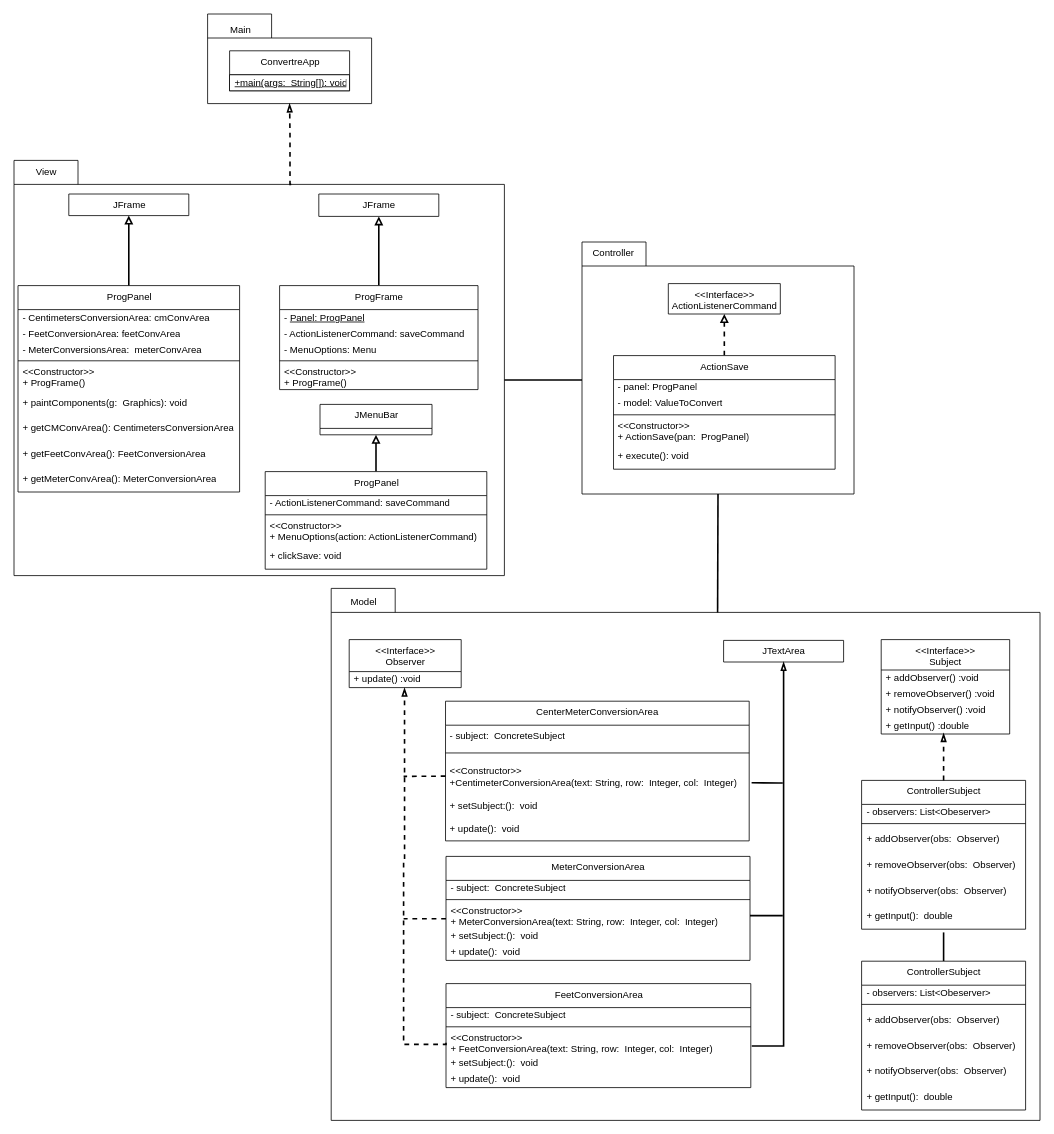
The draw.io diagram ConverterProject.drawio in orionnelson/lab6, before the edit. Source tidied: cells renumbered, new cells numbered last; positions are measured from the earlier drawing's top-left corner, leaving out a move shared by most shapes. Both pictures are drawn from the tidied source at 80%, with x=0, y=0 at pixel (14, 14).
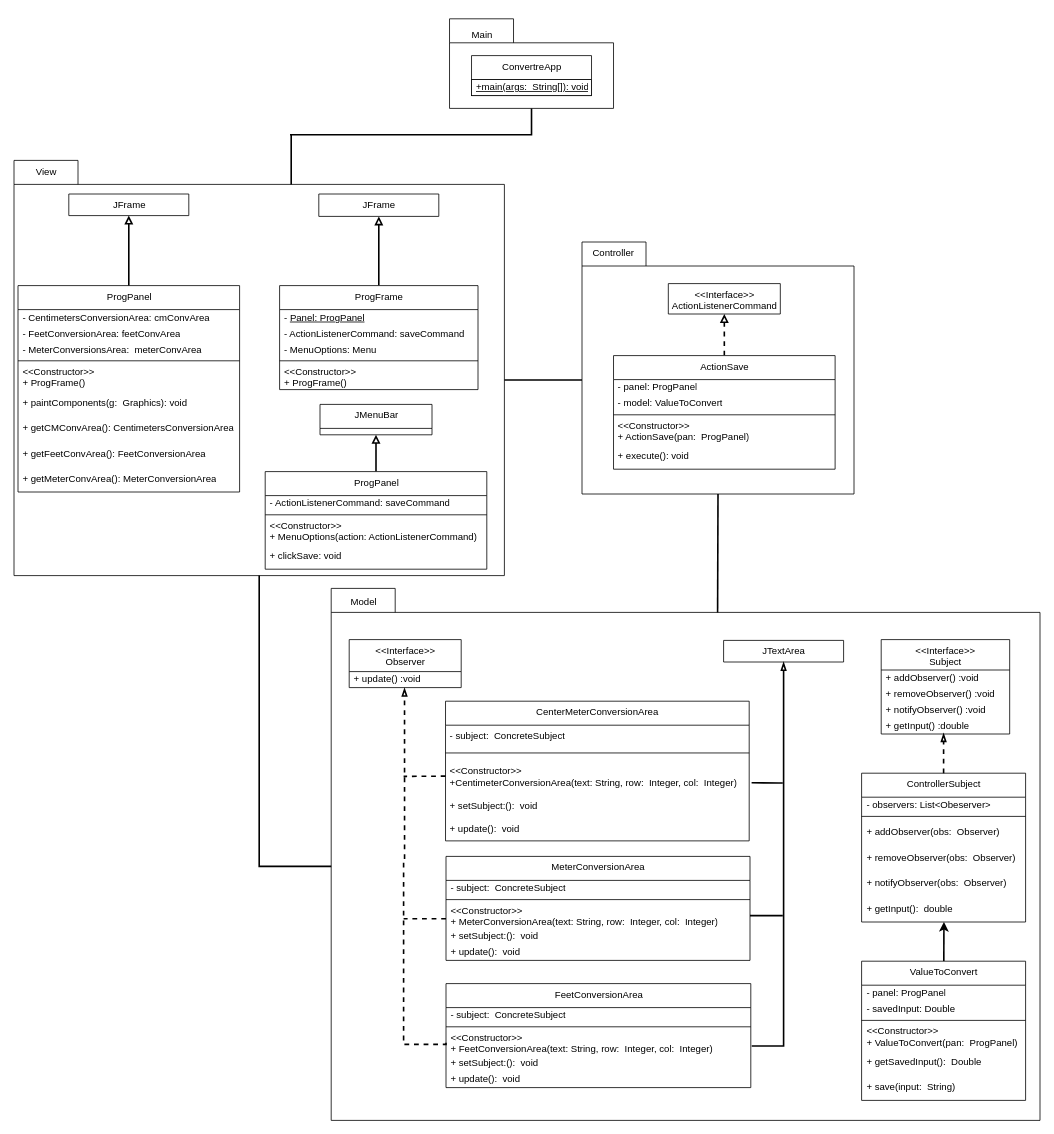
The same page after the edit.

The change refers to these unchanged cells:
```xml
<mxCell id="2" style="group;" parent="1" vertex="1">
  <mxGeometry x="396.5" y="718" width="886" height="665" as="geometry" />
</mxCell>
<mxCell id="3" style="shape=folder;fontStyle=1;tabWidth=80;tabHeight=30;tabPosition=left;html=1;boundedLbl=1;labelBackgroundColor=default;fontColor=default;strokeColor=default;fillColor=default;" parent="2" vertex="1">
  <mxGeometry width="886" height="665" as="geometry" />
</mxCell>
<mxCell id="11" value="+ getInput():&amp;nbsp; double" style="text;html=1;strokeColor=none;fillColor=none;align=left;verticalAlign=middle;spacingLeft=4;spacingRight=4;overflow=hidden;points=[[0,0.5],[1,0.5]];portConstraint=eastwest;fontColor=default;labelBackgroundColor=default;" parent="5" vertex="1">
  <mxGeometry y="154" width="205" height="32" as="geometry" />
</mxCell>
<mxCell id="24" style="shape=folder;fontStyle=1;tabWidth=80;tabHeight=30;tabPosition=left;html=1;boundedLbl=1;labelBackgroundColor=default;fontColor=default;strokeColor=default;fillColor=default;" parent="23" vertex="1">
  <mxGeometry width="613" height="519" as="geometry" />
</mxCell>
```

The edit, as a diff of the source:
```diff
@@
     <mxCell id="5" value="ControllerSubject" style="swimlane;fontStyle=0;align=center;verticalAlign=top;horizontal=1;startSize=30;html=1;fillColor=default;strokeColor=default;fontColor=default;labelBackgroundColor=default;" parent="2" vertex="1">
-      <mxGeometry x="663" y="240" width="205" height="186" as="geometry" />
+      <mxGeometry x="663" y="231" width="205" height="186" as="geometry" />
     </mxCell>
@@
-    <mxCell id="12" style="edgeStyle=none;rounded=0;jettySize=auto;html=1;fontFamily=Times New Roman;endArrow=none;endFill=0;strokeWidth=2;" parent="2" edge="1" source="13">
-      <mxGeometry relative="1" as="geometry">
-        <mxPoint x="765.5" y="430" as="targetPoint" />
-      </mxGeometry>
+    <mxCell id="12" style="edgeStyle=none;rounded=0;jettySize=auto;html=1;fontFamily=Times New Roman;endArrow=classic;endFill=1;strokeWidth=2;entryX=0.502;entryY=0.996;entryDx=0;entryDy=0;entryPerimeter=0;" parent="2" edge="1" source="13" target="11">
+      <mxGeometry relative="1" as="geometry" />
     </mxCell>
-    <mxCell id="13" value="ControllerSubject" style="swimlane;fontStyle=0;align=center;verticalAlign=top;horizontal=1;startSize=30;html=1;fillColor=default;strokeColor=default;fontColor=default;labelBackgroundColor=default;" parent="2" vertex="1">
-      <mxGeometry x="663" y="466" width="205" height="186" as="geometry" />
+    <mxCell id="13" value="ValueToConvert" style="swimlane;fontStyle=0;align=center;verticalAlign=top;horizontal=1;startSize=30;html=1;fillColor=default;strokeColor=default;fontColor=default;labelBackgroundColor=default;" parent="2" vertex="1">
+      <mxGeometry x="663" y="466" width="205" height="174" as="geometry" />
     </mxCell>
-    <mxCell id="14" value="- observers: List&amp;lt;Obeserver&amp;gt;" style="text;html=1;strokeColor=none;fillColor=none;align=left;verticalAlign=middle;spacingLeft=4;spacingRight=4;overflow=hidden;fontColor=default;labelBackgroundColor=default;" parent="13" vertex="1">
+    <mxCell id="14" value="- panel: ProgPanel" style="text;html=1;strokeColor=none;fillColor=none;align=left;verticalAlign=middle;spacingLeft=4;spacingRight=4;overflow=hidden;fontColor=default;labelBackgroundColor=default;" parent="13" vertex="1">
       <mxGeometry y="30" width="205" height="20" as="geometry" />
     </mxCell>
+    <mxCell id="103" value="- savedInput: Double" style="text;html=1;strokeColor=none;fillColor=none;align=left;verticalAlign=middle;spacingLeft=4;spacingRight=4;overflow=hidden;fontColor=default;labelBackgroundColor=default;" parent="13" vertex="1">
+      <mxGeometry y="50" width="205" height="20" as="geometry" />
+    </mxCell>
     <mxCell id="15" style="line;strokeWidth=1;fillColor=none;align=left;verticalAlign=middle;spacingTop=-1;spacingLeft=3;spacingRight=3;labelPosition=right;strokeColor=default;labelBackgroundColor=default;fontColor=default;" parent="13" vertex="1">
-      <mxGeometry y="50" width="205" height="8" as="geometry" />
+      <mxGeometry y="70" width="205" height="8" as="geometry" />
     </mxCell>
-    <mxCell id="16" value="+ addObserver(obs:&amp;nbsp; Observer)" style="text;html=1;strokeColor=none;fillColor=none;align=left;verticalAlign=middle;spacingLeft=4;spacingRight=4;overflow=hidden;fontColor=default;labelBackgroundColor=default;" parent="13" vertex="1">
-      <mxGeometry y="58" width="205" height="32" as="geometry" />
+    <mxCell id="16" value="&amp;lt;&amp;lt;Constructor&amp;gt;&amp;gt;&lt;br&gt;+ ValueToConvert(pan:&amp;nbsp; ProgPanel)" style="text;html=1;strokeColor=none;fillColor=none;align=left;verticalAlign=middle;spacingLeft=4;spacingRight=4;overflow=hidden;fontColor=default;labelBackgroundColor=default;" parent="13" vertex="1">
+      <mxGeometry y="78" width="205" height="32" as="geometry" />
     </mxCell>
-    <mxCell id="17" value="+ removeObserver(obs:&amp;nbsp; Observer)" style="text;html=1;strokeColor=none;fillColor=none;align=left;verticalAlign=middle;spacingLeft=4;spacingRight=4;overflow=hidden;fontColor=default;labelBackgroundColor=default;" parent="13" vertex="1">
-      <mxGeometry y="90" width="205" height="32" as="geometry" />
+    <mxCell id="17" value="+ getSavedInput():&amp;nbsp; Double" style="text;html=1;strokeColor=none;fillColor=none;align=left;verticalAlign=middle;spacingLeft=4;spacingRight=4;overflow=hidden;fontColor=default;labelBackgroundColor=default;" parent="13" vertex="1">
+      <mxGeometry y="110" width="205" height="32" as="geometry" />
     </mxCell>
-    <mxCell id="18" value="+ notifyObserver(obs:&amp;nbsp; Observer)" style="text;html=1;strokeColor=none;fillColor=none;align=left;verticalAlign=middle;spacingLeft=4;spacingRight=4;overflow=hidden;fontColor=default;labelBackgroundColor=default;" parent="13" vertex="1">
-      <mxGeometry y="122" width="205" height="32" as="geometry" />
+    <mxCell id="18" value="+ save(input:&amp;nbsp; String)" style="text;html=1;strokeColor=none;fillColor=none;align=left;verticalAlign=middle;spacingLeft=4;spacingRight=4;overflow=hidden;fontColor=default;labelBackgroundColor=default;" parent="13" vertex="1">
+      <mxGeometry y="142" width="205" height="32" as="geometry" />
     </mxCell>
-    <mxCell id="19" value="+ getInput():&amp;nbsp; double" style="text;html=1;strokeColor=none;fillColor=none;align=left;verticalAlign=middle;spacingLeft=4;spacingRight=4;overflow=hidden;fontColor=default;labelBackgroundColor=default;" parent="13" vertex="1">
-      <mxGeometry y="154" width="205" height="32" as="geometry" />
-    </mxCell>
@@
     <mxCell id="26" style="shape=folder;fontStyle=1;tabWidth=80;tabHeight=30;tabPosition=left;html=1;boundedLbl=1;labelBackgroundColor=default;fontColor=default;strokeColor=default;fillColor=default;" parent="1" vertex="1">
-      <mxGeometry x="242" width="205" height="112" as="geometry" />
+      <mxGeometry x="544.4" y="6" width="205" height="112" as="geometry" />
     </mxCell>
-    <mxCell id="27" style="edgeStyle=orthogonalEdgeStyle;rounded=0;jettySize=auto;html=1;exitX=0;exitY=0;exitDx=346.5;exitDy=30;exitPerimeter=0;entryX=0.5;entryY=1;entryDx=0;entryDy=0;entryPerimeter=0;dashed=1;endArrow=blockThin;endFill=0;strokeWidth=2;" parent="1" edge="1" source="24" target="26">
+    <mxCell id="27" style="edgeStyle=orthogonalEdgeStyle;rounded=0;jettySize=auto;html=1;exitX=0;exitY=0;exitDx=346.5;exitDy=30;exitPerimeter=0;entryX=0.5;entryY=1;entryDx=0;entryDy=0;entryPerimeter=0;endArrow=none;endFill=0;strokeWidth=2;" parent="1" edge="1" source="24" target="26">
       <mxGeometry relative="1" as="geometry">
         <Array as="points">
           <mxPoint x="345" y="151" />
           <mxPoint x="345" y="151" />
         </Array>
       </mxGeometry>
     </mxCell>
@@
     <mxCell id="39" value="ConvertreApp" style="swimlane;fontStyle=0;align=center;verticalAlign=top;horizontal=1;startSize=30;html=1;fillColor=default;strokeColor=default;fontColor=default;labelBackgroundColor=default;" parent="1" vertex="1">
-      <mxGeometry x="269.5" y="46" width="150" height="50" as="geometry" />
+      <mxGeometry x="571.9" y="52" width="150" height="50" as="geometry" />
     </mxCell>
@@
     <mxCell id="50" value="Main" style="text;html=1;align=center;verticalAlign=middle;strokeColor=none;fillColor=none;fontColor=default;" parent="1" vertex="1">
-      <mxGeometry x="265" y="11" width="36" height="18" as="geometry" />
+      <mxGeometry x="567.4" y="17" width="36" height="18" as="geometry" />
     </mxCell>
@@
+    <mxCell id="104" style="edgeStyle=orthogonalEdgeStyle;rounded=0;jettySize=auto;html=1;exitX=0;exitY=0;exitDx=0;exitDy=347.5;exitPerimeter=0;entryX=0.5;entryY=1;entryDx=0;entryDy=0;entryPerimeter=0;fontFamily=Times New Roman;startArrow=none;startFill=0;endArrow=none;endFill=0;strokeWidth=2;" parent="1" edge="1" source="3" target="24">
+      <mxGeometry relative="1" as="geometry" />
+    </mxCell>
```
